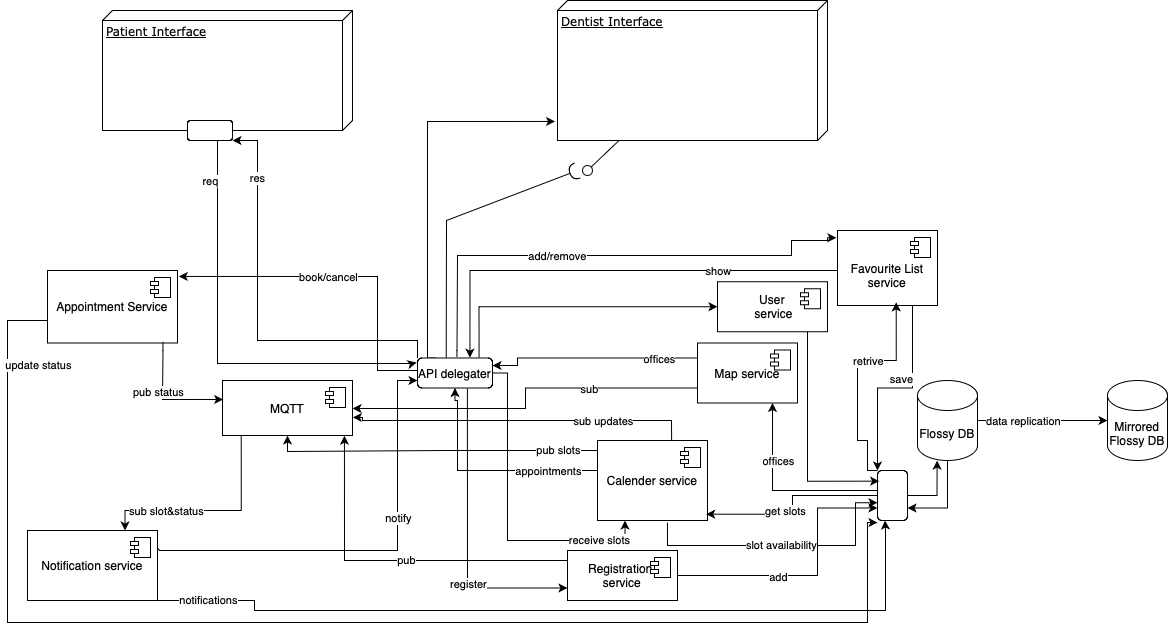
Above: documentation/Diagrams/Component Diagram.png in reyhaneeab/flossy (draw.io), before the change. Source tidied: cells renumbered, new cells last; positions are measured from the earlier drawing's top-left corner, leaving out a move shared by most shapes.
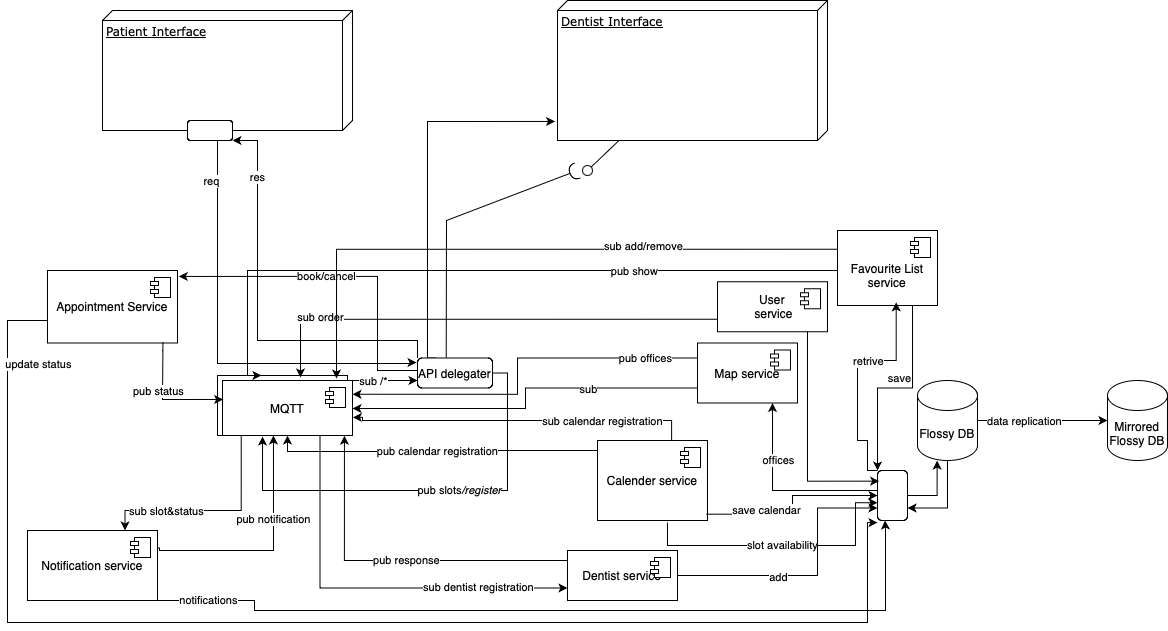
Above is the later version.

Change to the diagram source:
```diff
@@ -2,12 +2,34 @@
   <root>
     <mxCell id="0" />
     <mxCell id="1" parent="0" />
+    <mxCell id="82" style="rounded=0;whiteSpace=wrap;html=1;" parent="1" vertex="1">
+      <mxGeometry x="210" y="375" width="130" height="60" as="geometry" />
+    </mxCell>
     <mxCell id="2" value="Patient Interface" style="verticalAlign=top;align=left;spacingTop=8;spacingLeft=2;spacingRight=12;shape=cube;size=10;direction=south;fontStyle=4;html=1;rounded=0;shadow=0;comic=0;labelBackgroundColor=none;strokeWidth=1;fontFamily=Verdana;fontSize=12;" parent="1" vertex="1">
       <mxGeometry x="95" y="10" width="250" height="120" as="geometry" />
     </mxCell>
     <mxCell id="3" value="Dentist Interface" style="verticalAlign=top;align=left;spacingTop=8;spacingLeft=2;spacingRight=12;shape=cube;size=10;direction=south;fontStyle=4;html=1;rounded=0;shadow=0;comic=0;labelBackgroundColor=none;strokeWidth=1;fontFamily=Verdana;fontSize=12;" parent="1" vertex="1">
       <mxGeometry x="550" width="270" height="140" as="geometry" />
     </mxCell>
+    <mxCell id="83" style="edgeStyle=orthogonalEdgeStyle;rounded=0;jettySize=auto;html=1;exitX=0.75;exitY=1;exitDx=0;exitDy=0;entryX=0;entryY=0.75;entryDx=0;entryDy=0;" parent="1" edge="1" source="4" target="75">
+      <mxGeometry relative="1" as="geometry" />
+    </mxCell>
+    <mxCell id="84" value="sub dentist registration" style="edgeLabel;html=1;align=center;verticalAlign=middle;" parent="83" vertex="1">
+      <mxGeometry x="0.55" y="2" relative="1" as="geometry">
+        <mxPoint y="1" as="offset" />
+      </mxGeometry>
+    </mxCell>
+    <mxCell id="85" style="edgeStyle=orthogonalEdgeStyle;rounded=0;jettySize=auto;html=1;exitX=1;exitY=0;exitDx=0;exitDy=0;entryX=0;entryY=0.75;entryDx=0;entryDy=0;" parent="1" edge="1" source="4" target="35">
+      <mxGeometry relative="1" as="geometry">
+        <Array as="points">
+          <mxPoint x="360" y="380" />
+          <mxPoint x="360" y="380" />
+        </Array>
+      </mxGeometry>
+    </mxCell>
+    <mxCell id="86" value="sub /*" style="edgeLabel;html=1;align=center;verticalAlign=middle;" parent="85" vertex="1">
+      <mxGeometry x="-0.39" relative="1" as="geometry" />
+    </mxCell>
     <mxCell id="4" value="MQTT" style="html=1;whiteSpace=wrap;" parent="1" vertex="1">
       <mxGeometry x="215" y="380" width="130" height="55" as="geometry" />
     </mxCell>
@@ -24,17 +46,16 @@
         <mxPoint x="-27" y="7" as="offset" />
       </mxGeometry>
     </mxCell>
-    <mxCell id="8" style="edgeStyle=orthogonalEdgeStyle;rounded=0;jettySize=auto;html=1;exitX=1;exitY=0.25;exitDx=0;exitDy=0;entryX=0;entryY=0.75;entryDx=0;entryDy=0;" parent="1" edge="1" source="11" target="35">
+    <mxCell id="8" style="edgeStyle=orthogonalEdgeStyle;rounded=0;jettySize=auto;html=1;exitX=1;exitY=0.25;exitDx=0;exitDy=0;entryX=0.392;entryY=1;entryDx=0;entryDy=0;entryPerimeter=0;" parent="1" edge="1" source="11" target="4">
       <mxGeometry relative="1" as="geometry">
         <Array as="points">
-          <mxPoint x="152" y="547" />
+          <mxPoint x="152" y="548" />
           <mxPoint x="152" y="550" />
-          <mxPoint x="390" y="550" />
-          <mxPoint x="390" y="380" />
+          <mxPoint x="266" y="550" />
         </Array>
       </mxGeometry>
     </mxCell>
-    <mxCell id="9" value="notify" style="edgeLabel;html=1;align=center;verticalAlign=middle;" parent="8" vertex="1">
+    <mxCell id="9" value="pub notification" style="edgeLabel;html=1;align=center;verticalAlign=middle;" parent="8" vertex="1">
       <mxGeometry x="0.27" y="1" relative="1" as="geometry">
         <mxPoint x="1" y="-2" as="offset" />
       </mxGeometry>
@@ -61,9 +82,9 @@
         </Array>
       </mxGeometry>
     </mxCell>
-    <mxCell id="14" value="pub slots" style="edgeLabel;html=1;align=center;verticalAlign=middle;" parent="13" vertex="1">
+    <mxCell id="14" value="pub calendar registration" style="edgeLabel;html=1;align=center;verticalAlign=middle;" parent="13" vertex="1">
       <mxGeometry x="-0.02" y="-1" relative="1" as="geometry">
-        <mxPoint x="116" as="offset" />
+        <mxPoint x="-4" as="offset" />
       </mxGeometry>
     </mxCell>
     <mxCell id="15" value="slot availability" style="edgeStyle=orthogonalEdgeStyle;rounded=0;jettySize=auto;html=1;exitX=0.636;exitY=1.025;exitDx=0;exitDy=0;entryX=0.102;entryY=0.066;entryDx=0;entryDy=0;entryPerimeter=0;exitPerimeter=0;" parent="1" edge="1" source="59">
@@ -126,12 +147,6 @@
     <mxCell id="25" style="edgeStyle=orthogonalEdgeStyle;rounded=0;jettySize=auto;html=1;exitX=0.5;exitY=1;exitDx=0;exitDy=0;entryX=0.327;entryY=1.001;entryDx=0;entryDy=0;entryPerimeter=0;" parent="1" edge="1" source="24" target="21">
       <mxGeometry relative="1" as="geometry" />
     </mxCell>
-    <mxCell id="26" style="edgeStyle=orthogonalEdgeStyle;rounded=0;jettySize=auto;html=1;exitX=0.665;exitY=1.014;exitDx=0;exitDy=0;entryX=0;entryY=0.75;entryDx=0;entryDy=0;exitPerimeter=0;" parent="1" edge="1" source="35" target="75">
-      <mxGeometry relative="1" as="geometry" />
-    </mxCell>
-    <mxCell id="27" value="register" style="edgeLabel;html=1;align=center;verticalAlign=middle;" parent="26" vertex="1">
-      <mxGeometry x="0.31" relative="1" as="geometry" />
-    </mxCell>
     <mxCell id="28" style="edgeStyle=orthogonalEdgeStyle;rounded=0;jettySize=auto;html=1;exitX=0.25;exitY=0;exitDx=0;exitDy=0;entryX=0.864;entryY=1.009;entryDx=0;entryDy=0;entryPerimeter=0;" parent="1" edge="1" source="35" target="3">
       <mxGeometry relative="1" as="geometry">
         <Array as="points">
@@ -156,23 +171,18 @@
     <mxCell id="31" style="ellipse;whiteSpace=wrap;html=1;align=center;fillColor=none;strokeColor=none;perimeter=centerPerimeter;" parent="1" vertex="1">
       <mxGeometry x="385" y="520" width="10" height="10" as="geometry" />
     </mxCell>
-    <mxCell id="32" style="edgeStyle=orthogonalEdgeStyle;rounded=0;jettySize=auto;html=1;entryX=0.25;entryY=1;entryDx=0;entryDy=0;exitX=1;exitY=0.5;exitDx=0;exitDy=0;" parent="1" edge="1" source="35" target="59">
+    <mxCell id="32" style="edgeStyle=orthogonalEdgeStyle;rounded=0;jettySize=auto;html=1;entryX=0.308;entryY=1.018;entryDx=0;entryDy=0;exitX=1;exitY=0.5;exitDx=0;exitDy=0;entryPerimeter=0;" parent="1" edge="1" source="35" target="4">
       <mxGeometry relative="1" as="geometry">
         <Array as="points">
           <mxPoint x="500" y="373" />
-          <mxPoint x="500" y="540" />
-          <mxPoint x="618" y="540" />
+          <mxPoint x="500" y="490" />
+          <mxPoint x="255" y="490" />
         </Array>
       </mxGeometry>
     </mxCell>
-    <mxCell id="33" value="receive slots" style="edgeLabel;html=1;align=center;verticalAlign=middle;" parent="32" vertex="1">
-      <mxGeometry x="-0.19" relative="1" as="geometry">
-        <mxPoint x="91" y="51" as="offset" />
-      </mxGeometry>
-    </mxCell>
-    <mxCell id="34" style="edgeStyle=orthogonalEdgeStyle;rounded=0;jettySize=auto;html=1;exitX=0.821;exitY=-0.012;exitDx=0;exitDy=0;entryX=0;entryY=0.5;entryDx=0;entryDy=0;exitPerimeter=0;" parent="1" edge="1" source="35" target="43">
-      <mxGeometry relative="1" as="geometry" />
-    </mxCell>
+    <mxCell id="87" value="pub slots&lt;i&gt;/register&lt;/i&gt;" style="edgeLabel;html=1;align=center;verticalAlign=middle;" parent="32" vertex="1">
+      <mxGeometry x="-0.16" y="-1" relative="1" as="geometry" />
+    </mxCell>
     <mxCell id="35" value="API delegater" style="rounded=1;whiteSpace=wrap;html=1;" parent="1" vertex="1">
       <mxGeometry x="410" y="357.5" width="75" height="30" as="geometry" />
     </mxCell>
@@ -239,15 +249,16 @@
         <mxPoint y="-10" as="offset" />
       </mxGeometry>
     </mxCell>
-    <mxCell id="47" style="edgeStyle=orthogonalEdgeStyle;rounded=0;jettySize=auto;html=1;exitX=0;exitY=0;exitDx=0;exitDy=0;entryX=0.699;entryY=-0.012;entryDx=0;entryDy=0;entryPerimeter=0;" parent="1" edge="1" source="49" target="35">
+    <mxCell id="47" style="edgeStyle=orthogonalEdgeStyle;rounded=0;jettySize=auto;html=1;exitX=0;exitY=0;exitDx=0;exitDy=0;entryX=0.338;entryY=0;entryDx=0;entryDy=0;entryPerimeter=0;" parent="1" edge="1" source="49" target="82">
       <mxGeometry relative="1" as="geometry">
         <Array as="points">
           <mxPoint x="830" y="270" />
-          <mxPoint x="462" y="270" />
+          <mxPoint x="240" y="270" />
+          <mxPoint x="240" y="375" />
         </Array>
       </mxGeometry>
     </mxCell>
-    <mxCell id="48" value="show" style="edgeLabel;html=1;align=center;verticalAlign=middle;" parent="47" vertex="1">
+    <mxCell id="48" value="pub show" style="edgeLabel;html=1;align=center;verticalAlign=middle;" parent="47" vertex="1">
       <mxGeometry x="-0.35" relative="1" as="geometry" />
     </mxCell>
     <mxCell id="49" value="&lt;div&gt;&lt;br&gt;&lt;/div&gt;Favourite List service" style="html=1;whiteSpace=wrap;" parent="1" vertex="1">
@@ -258,22 +269,6 @@
         <mxPoint x="-27" y="7" as="offset" />
       </mxGeometry>
     </mxCell>
-    <mxCell id="51" style="edgeStyle=orthogonalEdgeStyle;rounded=0;jettySize=auto;html=1;entryX=-0.011;entryY=0.097;entryDx=0;entryDy=0;entryPerimeter=0;exitX=0.525;exitY=-0.033;exitDx=0;exitDy=0;exitPerimeter=0;" parent="1" edge="1" source="35" target="49">
-      <mxGeometry relative="1" as="geometry">
-        <Array as="points">
-          <mxPoint x="449" y="350" />
-          <mxPoint x="450" y="350" />
-          <mxPoint x="450" y="255" />
-          <mxPoint x="784" y="255" />
-          <mxPoint x="784" y="240" />
-          <mxPoint x="820" y="240" />
-          <mxPoint x="820" y="237" />
-        </Array>
-      </mxGeometry>
-    </mxCell>
-    <mxCell id="52" value="add/remove" style="edgeLabel;html=1;align=center;verticalAlign=middle;" parent="51" vertex="1">
-      <mxGeometry x="-0.2" relative="1" as="geometry" />
-    </mxCell>
     <mxCell id="53" style="edgeStyle=orthogonalEdgeStyle;rounded=0;jettySize=auto;html=1;exitX=1;exitY=0;exitDx=0;exitDy=0;entryX=0.587;entryY=0.958;entryDx=0;entryDy=0;entryPerimeter=0;" parent="1" edge="1" source="24" target="49">
       <mxGeometry relative="1" as="geometry">
         <Array as="points">
@@ -288,21 +283,6 @@
     <mxCell id="54" value="retrive" style="edgeLabel;html=1;align=center;verticalAlign=middle;" parent="53" vertex="1">
       <mxGeometry x="0.24" relative="1" as="geometry" />
     </mxCell>
-    <mxCell id="55" style="edgeStyle=orthogonalEdgeStyle;rounded=0;jettySize=auto;html=1;exitX=0;exitY=0.25;exitDx=0;exitDy=0;entryX=0.5;entryY=1;entryDx=0;entryDy=0;" parent="1" edge="1" source="59" target="35">
-      <mxGeometry relative="1" as="geometry">
-        <Array as="points">
-          <mxPoint x="590" y="470" />
-          <mxPoint x="450" y="470" />
-          <mxPoint x="450" y="400" />
-          <mxPoint x="448" y="400" />
-        </Array>
-      </mxGeometry>
-    </mxCell>
-    <mxCell id="56" value="appointments" style="edgeLabel;html=1;align=center;verticalAlign=middle;" parent="55" vertex="1">
-      <mxGeometry x="-0.25" relative="1" as="geometry">
-        <mxPoint x="27" as="offset" />
-      </mxGeometry>
-    </mxCell>
     <mxCell id="57" style="edgeStyle=orthogonalEdgeStyle;rounded=0;jettySize=auto;html=1;exitX=0.57;exitY=0;exitDx=0;exitDy=0;entryX=1.003;entryY=0.67;entryDx=0;entryDy=0;entryPerimeter=0;exitPerimeter=0;" parent="1" edge="1" target="4">
       <mxGeometry relative="1" as="geometry">
         <mxPoint x="664.1" y="440" as="sourcePoint" />
@@ -313,7 +293,7 @@
         </Array>
       </mxGeometry>
     </mxCell>
-    <mxCell id="58" value="sub updates" style="edgeLabel;html=1;align=center;verticalAlign=middle;" parent="57" vertex="1">
+    <mxCell id="58" value="sub calendar registration" style="edgeLabel;html=1;align=center;verticalAlign=middle;" parent="57" vertex="1">
       <mxGeometry x="0.36" y="1" relative="1" as="geometry">
         <mxPoint x="143" y="-1" as="offset" />
       </mxGeometry>
@@ -326,12 +306,12 @@
         <mxPoint x="-27" y="7" as="offset" />
       </mxGeometry>
     </mxCell>
-    <mxCell id="61" style="edgeStyle=orthogonalEdgeStyle;rounded=0;jettySize=auto;html=1;exitX=0.5;exitY=0;exitDx=0;exitDy=0;entryX=0.988;entryY=0.921;entryDx=0;entryDy=0;entryPerimeter=0;" parent="1" edge="1" source="24" target="59">
+    <mxCell id="61" style="edgeStyle=orthogonalEdgeStyle;rounded=0;jettySize=auto;html=1;exitX=0.988;exitY=0.921;exitDx=0;exitDy=0;entryX=0.5;entryY=0;entryDx=0;entryDy=0;exitPerimeter=0;" parent="1" edge="1" source="59" target="24">
       <mxGeometry relative="1" as="geometry" />
     </mxCell>
-    <mxCell id="62" value="get slots" style="edgeLabel;html=1;align=center;verticalAlign=middle;" parent="61" vertex="1">
+    <mxCell id="62" value="save calendar" style="edgeLabel;html=1;align=center;verticalAlign=middle;" parent="61" vertex="1">
       <mxGeometry x="-0.2" relative="1" as="geometry">
-        <mxPoint x="-16" y="15" as="offset" />
+        <mxPoint x="-16" y="-4" as="offset" />
       </mxGeometry>
     </mxCell>
     <mxCell id="63" style="edgeStyle=orthogonalEdgeStyle;rounded=0;jettySize=auto;html=1;exitX=0;exitY=0.75;exitDx=0;exitDy=0;entryX=0;entryY=0;entryDx=0;entryDy=0;" parent="1" edge="1" source="6">
@@ -351,15 +331,15 @@
         <mxPoint x="30" y="-2" as="offset" />
       </mxGeometry>
     </mxCell>
-    <mxCell id="65" style="edgeStyle=orthogonalEdgeStyle;rounded=0;jettySize=auto;html=1;exitX=0;exitY=0.25;exitDx=0;exitDy=0;entryX=1;entryY=0.25;entryDx=0;entryDy=0;" parent="1" edge="1" source="69" target="35">
+    <mxCell id="65" style="edgeStyle=orthogonalEdgeStyle;rounded=0;jettySize=auto;html=1;exitX=0;exitY=0.25;exitDx=0;exitDy=0;entryX=1;entryY=0.25;entryDx=0;entryDy=0;" parent="1" edge="1" source="69" target="4">
       <mxGeometry relative="1" as="geometry">
         <Array as="points">
           <mxPoint x="510" y="358" />
-          <mxPoint x="510" y="365" />
+          <mxPoint x="510" y="394" />
         </Array>
       </mxGeometry>
     </mxCell>
-    <mxCell id="66" value="offices" style="edgeLabel;html=1;align=center;verticalAlign=middle;" parent="65" vertex="1">
+    <mxCell id="66" value="pub offices" style="edgeLabel;html=1;align=center;verticalAlign=middle;" parent="65" vertex="1">
       <mxGeometry x="-0.84" y="-1" relative="1" as="geometry">
         <mxPoint x="-22" y="1" as="offset" />
       </mxGeometry>
@@ -412,7 +392,7 @@
     <mxCell id="74" value="add" style="edgeLabel;html=1;align=center;verticalAlign=middle;" parent="73" vertex="1">
       <mxGeometry x="-0.25" y="-1" relative="1" as="geometry" />
     </mxCell>
-    <mxCell id="75" value="Registration&amp;nbsp;&lt;div&gt;service&lt;/div&gt;" style="html=1;whiteSpace=wrap;" parent="1" vertex="1">
+    <mxCell id="75" value="Dentist service" style="html=1;whiteSpace=wrap;" parent="1" vertex="1">
       <mxGeometry x="560" y="550" width="110" height="50" as="geometry" />
     </mxCell>
     <mxCell id="76" style="shape=module;jettyWidth=8;jettyHeight=4;" parent="75" vertex="1">
@@ -428,7 +408,7 @@
         </Array>
       </mxGeometry>
     </mxCell>
-    <mxCell id="78" value="pub" style="edgeLabel;html=1;align=center;verticalAlign=middle;" parent="77" vertex="1">
+    <mxCell id="78" value="pub response" style="edgeLabel;html=1;align=center;verticalAlign=middle;" parent="77" vertex="1">
       <mxGeometry x="-0.1" relative="1" as="geometry">
         <mxPoint x="-10" y="-1" as="offset" />
       </mxGeometry>
@@ -442,5 +422,17 @@
     <mxCell id="81" value="data replication" style="edgeLabel;html=1;align=center;verticalAlign=middle;" parent="80" vertex="1">
       <mxGeometry x="-0.29" relative="1" as="geometry" />
     </mxCell>
+    <mxCell id="88" style="edgeStyle=orthogonalEdgeStyle;rounded=0;jettySize=auto;html=1;exitX=0;exitY=0.75;exitDx=0;exitDy=0;entryX=0.6;entryY=-0.055;entryDx=0;entryDy=0;entryPerimeter=0;" parent="1" edge="1" source="43" target="4">
+      <mxGeometry relative="1" as="geometry" />
+    </mxCell>
+    <mxCell id="89" value="sub order" style="edgeLabel;html=1;align=center;verticalAlign=middle;" parent="88" vertex="1">
+      <mxGeometry x="0.67" y="-2" relative="1" as="geometry" />
+    </mxCell>
+    <mxCell id="90" style="edgeStyle=orthogonalEdgeStyle;rounded=0;jettySize=auto;html=1;exitX=0;exitY=0.25;exitDx=0;exitDy=0;entryX=0.877;entryY=-0.036;entryDx=0;entryDy=0;entryPerimeter=0;" parent="1" edge="1" source="49" target="4">
+      <mxGeometry relative="1" as="geometry" />
+    </mxCell>
+    <mxCell id="91" value="sub add/remove" style="edgeLabel;html=1;align=center;verticalAlign=middle;" parent="90" vertex="1">
+      <mxGeometry x="-0.38" y="-3" relative="1" as="geometry" />
+    </mxCell>
   </root>
 </mxGraphModel>
```
